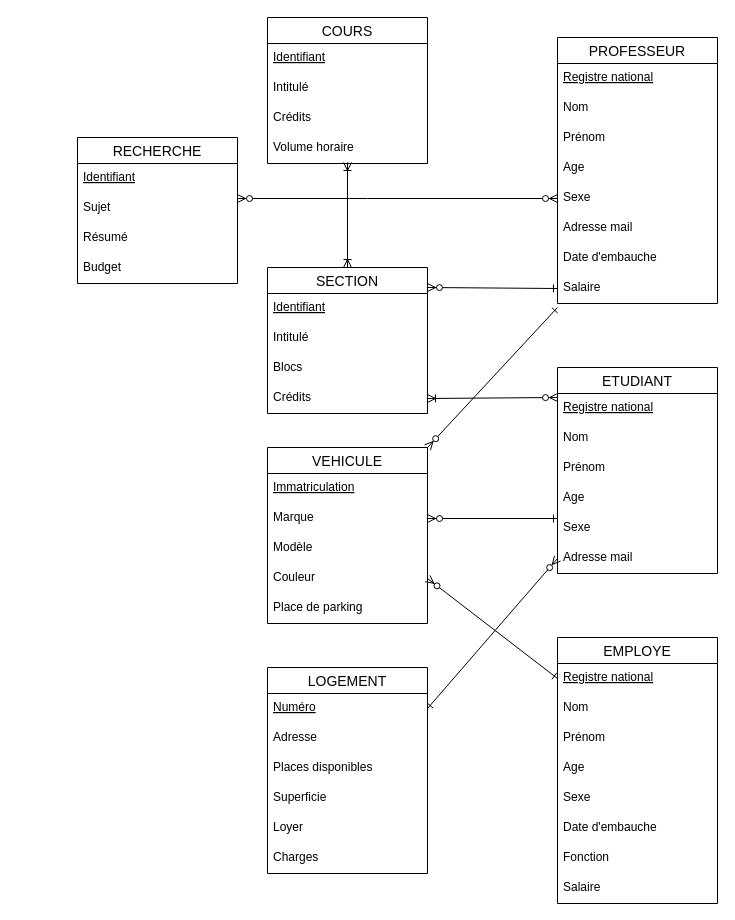
This is projet_bd.drawio from Julienpeps/Julienpeps.github.io, a draw.io file, before an edit. Source tidied: cells renumbered, new cells numbered last; positions are measured from the earlier drawing's top-left corner, leaving out a move shared by most shapes. Both pictures are drawn from the tidied source at 100%, with x=0, y=0 at pixel (77, 17).
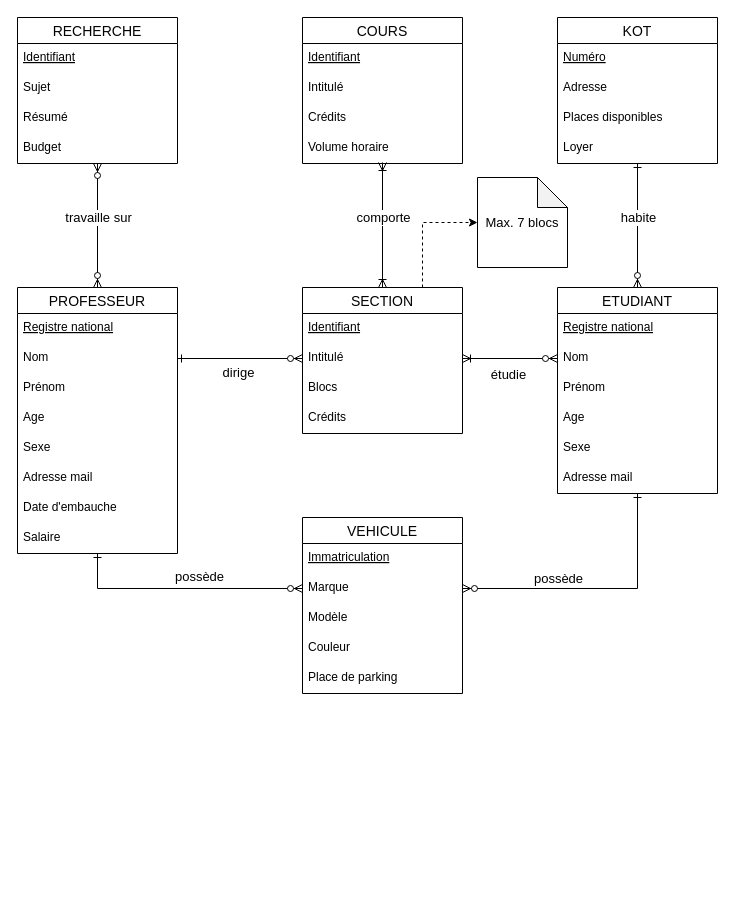
After the change.

The change refers to these unchanged cells:
```xml
<mxCell id="4" value="Registre national" style="text;strokeColor=none;fillColor=none;spacingLeft=4;spacingRight=4;overflow=hidden;points=[[0,0.5],[1,0.5]];portConstraint=eastwest;fontSize=12;fontStyle=4;strokeWidth=2;" parent="3" vertex="1">
  <mxGeometry y="26" width="160" height="30" as="geometry" />
</mxCell>
<mxCell id="5" value="Nom" style="text;strokeColor=none;fillColor=none;spacingLeft=4;spacingRight=4;overflow=hidden;points=[[0,0.5],[1,0.5]];portConstraint=eastwest;fontSize=12;" parent="3" vertex="1">
  <mxGeometry y="56" width="160" height="30" as="geometry" />
</mxCell>
<mxCell id="8" value="Sexe" style="text;strokeColor=none;fillColor=none;spacingLeft=4;spacingRight=4;overflow=hidden;points=[[0,0.5],[1,0.5]];portConstraint=eastwest;fontSize=12;" parent="3" vertex="1">
  <mxGeometry y="146" width="160" height="30" as="geometry" />
</mxCell>
<mxCell id="9" value="Adresse mail" style="text;strokeColor=none;fillColor=none;spacingLeft=4;spacingRight=4;overflow=hidden;points=[[0,0.5],[1,0.5]];portConstraint=eastwest;fontSize=12;" parent="3" vertex="1">
  <mxGeometry y="176" width="160" height="30" as="geometry" />
</mxCell>
<mxCell id="12" value="Nom" style="text;strokeColor=none;fillColor=none;spacingLeft=4;spacingRight=4;overflow=hidden;points=[[0,0.5],[1,0.5]];portConstraint=eastwest;fontSize=12;" parent="10" vertex="1">
  <mxGeometry y="56" width="160" height="30" as="geometry" />
</mxCell>
<mxCell id="15" value="Sexe" style="text;strokeColor=none;fillColor=none;spacingLeft=4;spacingRight=4;overflow=hidden;points=[[0,0.5],[1,0.5]];portConstraint=eastwest;fontSize=12;" parent="10" vertex="1">
  <mxGeometry y="146" width="160" height="30" as="geometry" />
</mxCell>
<mxCell id="18" value="Salaire" style="text;strokeColor=none;fillColor=none;spacingLeft=4;spacingRight=4;overflow=hidden;points=[[0,0.5],[1,0.5]];portConstraint=eastwest;fontSize=12;" parent="10" vertex="1">
  <mxGeometry y="236" width="160" height="30" as="geometry" />
</mxCell>
<mxCell id="31" value="Intitulé" style="text;strokeColor=none;fillColor=none;spacingLeft=4;spacingRight=4;overflow=hidden;points=[[0,0.5],[1,0.5]];portConstraint=eastwest;fontSize=12;" parent="29" vertex="1">
  <mxGeometry y="56" width="160" height="30" as="geometry" />
</mxCell>
<mxCell id="33" value="Crédits" style="text;strokeColor=none;fillColor=none;spacingLeft=4;spacingRight=4;overflow=hidden;points=[[0,0.5],[1,0.5]];portConstraint=eastwest;fontSize=12;" parent="29" vertex="1">
  <mxGeometry y="116" width="160" height="30" as="geometry" />
</mxCell>
<mxCell id="34" style="edgeStyle=orthogonalEdgeStyle;rounded=0;jettySize=auto;html=1;startArrow=ERoneToMany;startFill=0;endArrow=ERoneToMany;endFill=0;align=right;exitX=0.5;exitY=0.967;exitDx=0;exitDy=0;exitPerimeter=0;" parent="1" edge="1" source="39" target="29">
  <mxGeometry relative="1" as="geometry" />
</mxCell>
<mxCell id="43" value="Marque" style="text;strokeColor=none;fillColor=none;spacingLeft=4;spacingRight=4;overflow=hidden;points=[[0,0.5],[1,0.5]];portConstraint=eastwest;fontSize=12;" parent="41" vertex="1">
  <mxGeometry y="56" width="160" height="30" as="geometry" />
</mxCell>
<mxCell id="45" value="Couleur" style="text;strokeColor=none;fillColor=none;spacingLeft=4;spacingRight=4;overflow=hidden;points=[[0,0.5],[1,0.5]];portConstraint=eastwest;fontSize=12;" parent="41" vertex="1">
  <mxGeometry y="116" width="160" height="30" as="geometry" />
</mxCell>
<mxCell id="48" value="Numéro" style="text;strokeColor=none;fillColor=none;spacingLeft=4;spacingRight=4;overflow=hidden;points=[[0,0.5],[1,0.5]];portConstraint=eastwest;fontSize=12;fontStyle=4;strokeWidth=2;" parent="47" vertex="1">
  <mxGeometry y="26" width="160" height="30" as="geometry" />
</mxCell>
<mxCell id="56" value="Sujet" style="text;strokeColor=none;fillColor=none;spacingLeft=4;spacingRight=4;overflow=hidden;points=[[0,0.5],[1,0.5]];portConstraint=eastwest;fontSize=12;" parent="54" vertex="1">
  <mxGeometry y="56" width="160" height="30" as="geometry" />
</mxCell>
```

The edit, as a diff of the source:
```diff
@@
-    <mxCell id="2" style="edgeStyle=none;rounded=0;jettySize=auto;html=1;exitX=0;exitY=0.133;exitDx=0;exitDy=0;entryX=1;entryY=0.5;entryDx=0;entryDy=0;startArrow=ERzeroToMany;startFill=1;endArrow=ERoneToMany;endFill=0;align=right;exitPerimeter=0;" parent="1" edge="1" source="4" target="33">
+    <mxCell id="2" style="edgeStyle=none;rounded=0;jettySize=auto;html=1;startArrow=ERzeroToMany;startFill=1;endArrow=ERoneToMany;endFill=0;align=right;exitX=0;exitY=0.5;exitDx=0;exitDy=0;entryX=1;entryY=0.5;entryDx=0;entryDy=0;" parent="1" edge="1" source="5" target="31">
       <mxGeometry relative="1" as="geometry" />
     </mxCell>
+    <mxCell id="63" value="étudie" style="edgeLabel;html=1;align=center;verticalAlign=top;fontSize=13;" parent="2" vertex="1">
+      <mxGeometry x="-0.37" relative="1" as="geometry">
+        <mxPoint x="-20" y="2" as="offset" />
+      </mxGeometry>
+    </mxCell>
     <mxCell id="3" value="ETUDIANT" style="swimlane;fontStyle=0;horizontal=1;startSize=26;align=center;fontSize=14;" parent="1" vertex="1">
-      <mxGeometry x="480" y="350" width="160" height="206" as="geometry" />
+      <mxGeometry x="480" y="270" width="160" height="206" as="geometry" />
     </mxCell>
@@
+    <mxCell id="64" style="edgeStyle=orthogonalEdgeStyle;rounded=0;jettySize=auto;html=1;exitX=0.5;exitY=0;exitDx=0;exitDy=0;startArrow=ERzeroToMany;startFill=1;endArrow=ERzeroToMany;endFill=1;" parent="1" edge="1" source="10" target="54">
+      <mxGeometry relative="1" as="geometry" />
+    </mxCell>
+    <mxCell id="65" value="travaille sur" style="edgeLabel;html=1;align=center;verticalAlign=bottom;fontSize=13;horizontal=1;" parent="64" vertex="1">
+      <mxGeometry x="0.29" relative="1" as="geometry">
+        <mxPoint y="20" as="offset" />
+      </mxGeometry>
+    </mxCell>
     <mxCell id="10" value="PROFESSEUR" style="swimlane;fontStyle=0;horizontal=1;startSize=26;align=center;fontSize=14;" parent="1" vertex="1">
-      <mxGeometry x="480" y="20" width="160" height="266" as="geometry" />
+      <mxGeometry x="-60" y="270" width="160" height="266" as="geometry" />
     </mxCell>
@@
-    <mxCell id="19" value="EMPLOYE" style="swimlane;fontStyle=0;horizontal=1;startSize=26;align=center;fontSize=14;" parent="1" vertex="1">
-      <mxGeometry x="480" y="620" width="160" height="266" as="geometry" />
-    </mxCell>
-    <mxCell id="20" value="Registre national" style="text;strokeColor=none;fillColor=none;spacingLeft=4;spacingRight=4;overflow=hidden;points=[[0,0.5],[1,0.5]];portConstraint=eastwest;fontSize=12;fontStyle=4;strokeWidth=2;" parent="19" vertex="1">
-      <mxGeometry y="26" width="160" height="30" as="geometry" />
-    </mxCell>
-    <mxCell id="21" value="Nom" style="text;strokeColor=none;fillColor=none;spacingLeft=4;spacingRight=4;overflow=hidden;fontSize=12;fontStyle=0;" parent="19" vertex="1">
-      <mxGeometry y="56" width="160" height="30" as="geometry" />
-    </mxCell>
-    <mxCell id="22" value="Prénom" style="text;strokeColor=none;fillColor=none;spacingLeft=4;spacingRight=4;overflow=hidden;fontSize=12;fontStyle=0;" parent="19" vertex="1">
-      <mxGeometry y="86" width="160" height="30" as="geometry" />
-    </mxCell>
-    <mxCell id="23" value="Age&#10;" style="text;strokeColor=none;fillColor=none;spacingLeft=4;spacingRight=4;overflow=hidden;fontSize=12;" parent="19" vertex="1">
-      <mxGeometry y="116" width="160" height="30" as="geometry" />
-    </mxCell>
-    <mxCell id="24" value="Sexe" style="text;strokeColor=none;fillColor=none;spacingLeft=4;spacingRight=4;overflow=hidden;fontSize=12;" parent="19" vertex="1">
-      <mxGeometry y="146" width="160" height="30" as="geometry" />
-    </mxCell>
-    <mxCell id="25" value="Date d'embauche" style="text;strokeColor=none;fillColor=none;spacingLeft=4;spacingRight=4;overflow=hidden;fontSize=12;" parent="19" vertex="1">
-      <mxGeometry y="176" width="160" height="30" as="geometry" />
-    </mxCell>
-    <mxCell id="26" value="Fonction" style="text;strokeColor=none;fillColor=none;spacingLeft=4;spacingRight=4;overflow=hidden;fontSize=12;" parent="19" vertex="1">
-      <mxGeometry y="206" width="160" height="30" as="geometry" />
-    </mxCell>
-    <mxCell id="27" value="Salaire" style="text;strokeColor=none;fillColor=none;spacingLeft=4;spacingRight=4;overflow=hidden;fontSize=12;" parent="19" vertex="1">
-      <mxGeometry y="236" width="160" height="30" as="geometry" />
-    </mxCell>
-    <mxCell id="28" style="edgeStyle=none;rounded=0;jettySize=auto;html=1;entryX=0;entryY=0.5;entryDx=0;entryDy=0;startArrow=ERzeroToMany;startFill=1;endArrow=ERone;endFill=0;align=right;exitX=1;exitY=0.137;exitDx=0;exitDy=0;exitPerimeter=0;" parent="1" edge="1" source="29" target="18">
+    <mxCell id="28" style="edgeStyle=none;rounded=0;jettySize=auto;html=1;startArrow=ERzeroToMany;startFill=1;endArrow=ERone;endFill=0;align=right;entryX=1;entryY=0.5;entryDx=0;entryDy=0;exitX=0;exitY=0.5;exitDx=0;exitDy=0;" parent="1" edge="1" source="31" target="12">
       <mxGeometry relative="1" as="geometry" />
     </mxCell>
+    <mxCell id="66" value="dirige" style="edgeLabel;html=1;align=center;verticalAlign=top;fontSize=13;" parent="28" vertex="1">
+      <mxGeometry x="-0.18" relative="1" as="geometry">
+        <mxPoint x="-14" as="offset" />
+      </mxGeometry>
+    </mxCell>
+    <mxCell id="67" style="edgeStyle=orthogonalEdgeStyle;rounded=0;jettySize=auto;html=1;exitX=0.75;exitY=0;exitDx=0;exitDy=0;entryX=0;entryY=0.5;entryDx=0;entryDy=0;entryPerimeter=0;startArrow=none;startFill=0;endArrow=classic;endFill=1;fontSize=13;dashed=1;strokeWidth=1;" parent="1" edge="1" source="29" target="72">
+      <mxGeometry relative="1" as="geometry" />
+    </mxCell>
     <mxCell id="29" value="SECTION" style="swimlane;fontStyle=0;horizontal=1;startSize=26;align=center;fontSize=14;" parent="1" vertex="1">
-      <mxGeometry x="190" y="250" width="160" height="146" as="geometry" />
+      <mxGeometry x="225" y="270" width="160" height="146" as="geometry" />
     </mxCell>
@@
+    <mxCell id="68" value="comporte" style="edgeLabel;html=1;align=center;verticalAlign=bottom;fontSize=13;horizontal=1;" parent="34" vertex="1">
+      <mxGeometry x="-0.31" relative="1" as="geometry">
+        <mxPoint y="22" as="offset" />
+      </mxGeometry>
+    </mxCell>
     <mxCell id="35" value="COURS" style="swimlane;fontStyle=0;horizontal=1;startSize=26;align=center;fontSize=14;" parent="1" vertex="1">
-      <mxGeometry x="190" width="160" height="146" as="geometry" />
+      <mxGeometry x="225" width="160" height="146" as="geometry" />
     </mxCell>
@@
-    <mxCell id="40" style="rounded=0;jettySize=auto;html=1;exitX=1;exitY=0;exitDx=0;exitDy=0;entryX=0;entryY=1.133;entryDx=0;entryDy=0;entryPerimeter=0;startArrow=ERzeroToMany;startFill=1;endArrow=ERone;endFill=0;align=right;" parent="1" edge="1" source="41" target="18">
+    <mxCell id="40" style="rounded=0;jettySize=auto;html=1;startArrow=ERzeroToMany;startFill=1;endArrow=ERone;endFill=0;align=right;edgeStyle=orthogonalEdgeStyle;exitX=0;exitY=0.5;exitDx=0;exitDy=0;" parent="1" edge="1" source="43" target="10">
       <mxGeometry relative="1" as="geometry" />
     </mxCell>
+    <mxCell id="69" value="possède" style="edgeLabel;html=1;align=center;verticalAlign=bottom;fontSize=13;" parent="40" vertex="1">
+      <mxGeometry x="-0.53" y="-2" relative="1" as="geometry">
+        <mxPoint x="-48" as="offset" />
+      </mxGeometry>
+    </mxCell>
     <mxCell id="41" value="VEHICULE" style="swimlane;fontStyle=0;horizontal=1;startSize=26;align=center;fontSize=14;" parent="1" vertex="1">
-      <mxGeometry x="190" y="430" width="160" height="176" as="geometry" />
+      <mxGeometry x="225" y="500" width="160" height="176" as="geometry" />
     </mxCell>
@@
-    <mxCell id="47" value="LOGEMENT" style="swimlane;fontStyle=0;horizontal=1;startSize=26;align=center;fontSize=14;" parent="1" vertex="1">
-      <mxGeometry x="190" y="650" width="160" height="206" as="geometry" />
+    <mxCell id="47" value="KOT" style="swimlane;fontStyle=0;horizontal=1;startSize=26;align=center;fontSize=14;" parent="1" vertex="1">
+      <mxGeometry x="480" width="160" height="146" as="geometry" />
     </mxCell>
@@
-    <mxCell id="51" value="Superficie" style="text;strokeColor=none;fillColor=none;spacingLeft=4;spacingRight=4;overflow=hidden;fontSize=12;" parent="47" vertex="1">
-      <mxGeometry y="116" width="160" height="30" as="geometry" />
-    </mxCell>
     <mxCell id="52" value="Loyer" style="text;strokeColor=none;fillColor=none;spacingLeft=4;spacingRight=4;overflow=hidden;fontSize=12;" parent="47" vertex="1">
-      <mxGeometry y="146" width="160" height="30" as="geometry" />
+      <mxGeometry y="116" width="160" height="30" as="geometry" />
     </mxCell>
-    <mxCell id="53" value="Charges" style="text;strokeColor=none;fillColor=none;spacingLeft=4;spacingRight=4;overflow=hidden;fontSize=12;" parent="47" vertex="1">
-      <mxGeometry y="176" width="160" height="30" as="geometry" />
-    </mxCell>
     <mxCell id="54" value="RECHERCHE" style="swimlane;fontStyle=0;horizontal=1;startSize=26;align=center;fontSize=14;" parent="1" vertex="1">
-      <mxGeometry y="120" width="160" height="146" as="geometry" />
+      <mxGeometry x="-60" width="160" height="146" as="geometry" />
     </mxCell>
@@
-    <mxCell id="59" style="edgeStyle=orthogonalEdgeStyle;rounded=0;jettySize=auto;html=1;exitX=0;exitY=0.5;exitDx=0;exitDy=0;startArrow=ERzeroToMany;startFill=1;endArrow=ERzeroToMany;endFill=1;align=right;" parent="1" edge="1" source="15" target="56">
-      <mxGeometry relative="1" as="geometry">
-        <Array as="points">
-          <mxPoint x="290" y="181" />
-          <mxPoint x="290" y="181" />
-        </Array>
-      </mxGeometry>
-    </mxCell>
-    <mxCell id="60" style="edgeStyle=none;rounded=0;jettySize=auto;html=1;startArrow=ERone;startFill=0;endArrow=ERzeroToMany;endFill=1;align=right;entryX=1;entryY=0.5;entryDx=0;entryDy=0;exitX=0;exitY=0.167;exitDx=0;exitDy=0;exitPerimeter=0;" parent="1" edge="1" source="8" target="43">
+    <mxCell id="60" style="edgeStyle=orthogonalEdgeStyle;rounded=0;jettySize=auto;html=1;startArrow=ERone;startFill=0;endArrow=ERzeroToMany;endFill=1;align=right;entryX=1;entryY=0.5;entryDx=0;entryDy=0;" parent="1" edge="1" source="3" target="43">
       <mxGeometry relative="1" as="geometry" />
     </mxCell>
+    <mxCell id="70" value="possède" style="edgeLabel;html=1;align=center;verticalAlign=bottom;fontSize=13;" parent="60" vertex="1">
+      <mxGeometry x="0.23" y="3" relative="1" as="geometry">
+        <mxPoint x="-9" y="-3" as="offset" />
+      </mxGeometry>
+    </mxCell>
-    <mxCell id="61" style="edgeStyle=none;rounded=0;jettySize=auto;html=1;exitX=0;exitY=0.5;exitDx=0;exitDy=0;entryX=1;entryY=0.5;entryDx=0;entryDy=0;startArrow=ERzeroToMany;startFill=1;endArrow=ERone;endFill=0;align=right;" parent="1" edge="1" source="9" target="48">
+    <mxCell id="61" style="edgeStyle=none;rounded=0;jettySize=auto;html=1;startArrow=ERzeroToMany;startFill=1;endArrow=ERone;endFill=0;align=right;" parent="1" edge="1" source="3" target="47">
       <mxGeometry relative="1" as="geometry" />
     </mxCell>
-    <mxCell id="62" style="edgeStyle=none;rounded=0;jettySize=auto;html=1;exitX=0;exitY=0.5;exitDx=0;exitDy=0;entryX=1;entryY=0.5;entryDx=0;entryDy=0;startArrow=ERone;startFill=0;endArrow=ERzeroToMany;endFill=1;align=right;" parent="1" edge="1" source="20" target="45">
-      <mxGeometry relative="1" as="geometry" />
-    </mxCell>
+    <mxCell id="71" value="habite" style="edgeLabel;html=1;align=center;verticalAlign=bottom;horizontal=1;fontSize=13;" parent="61" vertex="1">
+      <mxGeometry x="0.4" y="-2" relative="1" as="geometry">
+        <mxPoint x="-2" y="27" as="offset" />
+      </mxGeometry>
+    </mxCell>
+    <mxCell id="72" value="Max. 7 blocs" style="shape=note;whiteSpace=wrap;html=1;backgroundOutline=1;darkOpacity=0.05;fontSize=13;" parent="1" vertex="1">
+      <mxGeometry x="400" y="160" width="90" height="90" as="geometry" />
+    </mxCell>
```
